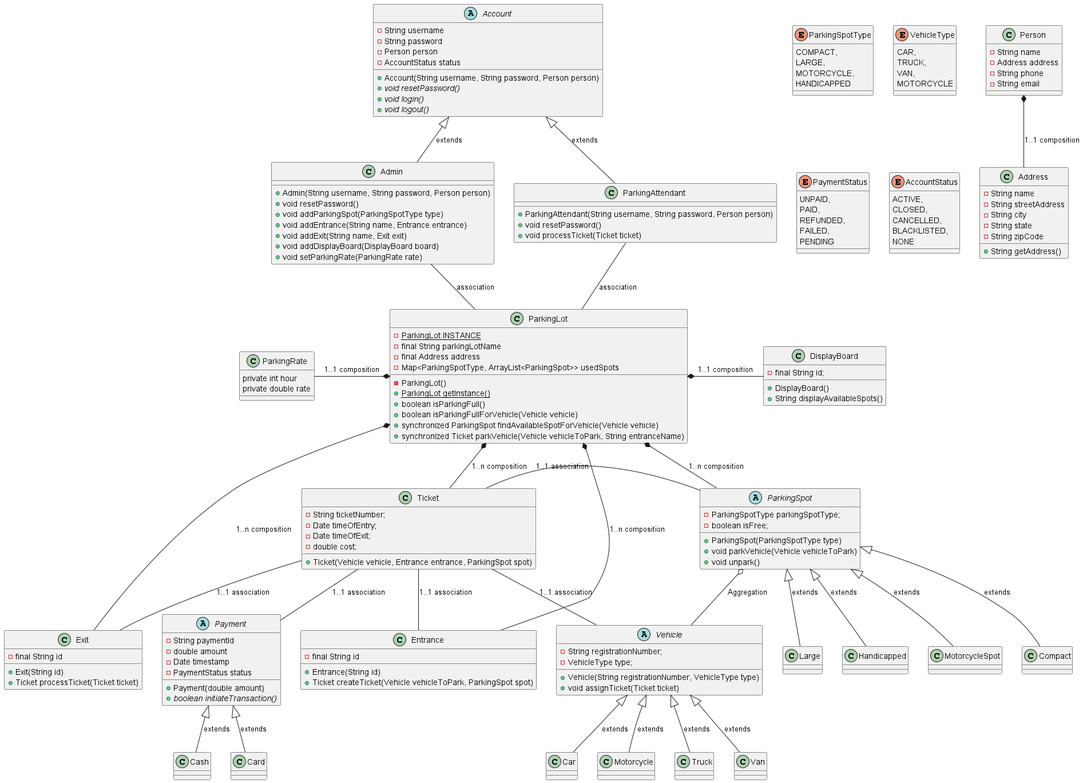
The PlantUML diagram src/main/resources/class-diagram.png in martand-kashyap/lld-parking-lot, before a commit. Its diagram source:
```plantuml
@startuml

top to bottom direction
enum ParkingSpotType {
    COMPACT,
    LARGE,
    MOTORCYCLE,
    HANDICAPPED
}

enum VehicleType {
    CAR,
    TRUCK,
    VAN,
    MOTORCYCLE
}

enum PaymentStatus {
    UNPAID,
    PAID,
    REFUNDED,
    FAILED,
    PENDING
}

enum AccountStatus {
    ACTIVE,
    CLOSED,
    CANCELLED,
    BLACKLISTED,
    NONE
}

class Address {
   - String name
   - String streetAddress
   - String city
   - String state
   - String zipCode

   + String getAddress()
}
class Person {
   - String name
   - Address address
   - String phone
   - String email
}
Person *-- Address : 1..1 composition

class ParkingLot {
   - {static} ParkingLot INSTANCE
   - final String parkingLotName
   - final Address address
   - Map<ParkingSpotType, ArrayList<ParkingSpot>> usedSpots

   - ParkingLot()
   + {static} ParkingLot getInstance()
   + boolean isParkingFull()
   + boolean isParkingFullForVehicle(Vehicle vehicle)
   + synchronized ParkingSpot findAvailableSpotForVehicle(Vehicle vehicle)
   + synchronized Ticket parkVehicle(Vehicle vehicleToPark, String entranceName)
}
class ParkingRate {
    private int hour
    private double rate
}
ParkingLot *-left- ParkingRate : 1..1 composition

class Entrance {
    - final String id

    + Entrance(String id)
    + Ticket createTicket(Vehicle vehicleToPark, ParkingSpot spot)
}
class Exit {
    - final String id

    + Exit(String id)
    + Ticket processTicket(Ticket ticket)
}
ParkingLot *--- Entrance : 1..n composition
ParkingLot *--- Exit : 1..n composition

abstract class ParkingSpot {
    - ParkingSpotType parkingSpotType;
    - boolean isFree;

    + ParkingSpot(ParkingSpotType type)
    + void parkVehicle(Vehicle vehicleToPark)
    + void unpark()
}
together{
    ParkingSpot <|-- Compact : extends
    ParkingSpot <|-- Large : extends
    ParkingSpot <|-- Handicapped : extends
    ParkingSpot <|-- MotorcycleSpot : extends
}
ParkingLot *-- ParkingSpot : 1..n composition

abstract class Vehicle {
    - String registrationNumber;
    - VehicleType type;

    + Vehicle(String registrationNumber, VehicleType type)
    + void assignTicket(Ticket ticket)
}
together {
    Vehicle <|-- Car : extends
    Vehicle <|-- Motorcycle : extends
    Vehicle <|-- Truck : extends
    Vehicle <|-- Van : extends
}
ParkingSpot o-- Vehicle : Aggregation

class DisplayBoard {
    - final String id;

    + DisplayBoard()
    + String displayAvailableSpots()
}
ParkingLot *-right- DisplayBoard: 1..1 composition

class Ticket {
    - String ticketNumber;
    - Date timeOfEntry;
    - Date timeOfExit;
    - double cost;

    + Ticket(Vehicle vehicle, Entrance entrance, ParkingSpot spot)
}
Ticket -- Vehicle : 1..1 association
Ticket -right- ParkingSpot : 1..1 association
Ticket -- Entrance : 1..1 association
Ticket -- Payment : 1..1 association
Ticket -- Exit : 1..1 association
ParkingLot *-- Ticket : 1..n composition

abstract class Payment {
    - String paymentId
    - double amount
    - Date timestamp
    - PaymentStatus status

    + Payment(double amount)
    + {abstract} boolean initiateTransaction()
}
together{
    Payment <|-- Cash : extends
    Payment <|-- Card : extends
}
abstract class Account {
    - String username
    - String password
    - Person person
    - AccountStatus status

    + Account(String username, String password, Person person)
    + {abstract} void resetPassword()
    + {abstract} void login()
    + {abstract} void logout()
}
class Admin {
    + Admin(String username, String password, Person person)
    + void resetPassword()
    + void addParkingSpot(ParkingSpotType type)
    + void addEntrance(String name, Entrance entrance)
    + void addExit(String name, Exit exit)
    + void addDisplayBoard(DisplayBoard board)
    + void setParkingRate(ParkingRate rate)
}

class ParkingAttendant {
    + ParkingAttendant(String username, String password, Person person)
    + void resetPassword()
    + void processTicket(Ticket ticket)
}
Account <|-- Admin : extends
Account <|-- ParkingAttendant : extends

Admin -- ParkingLot : association
ParkingAttendant -- ParkingLot : association
@enduml
```
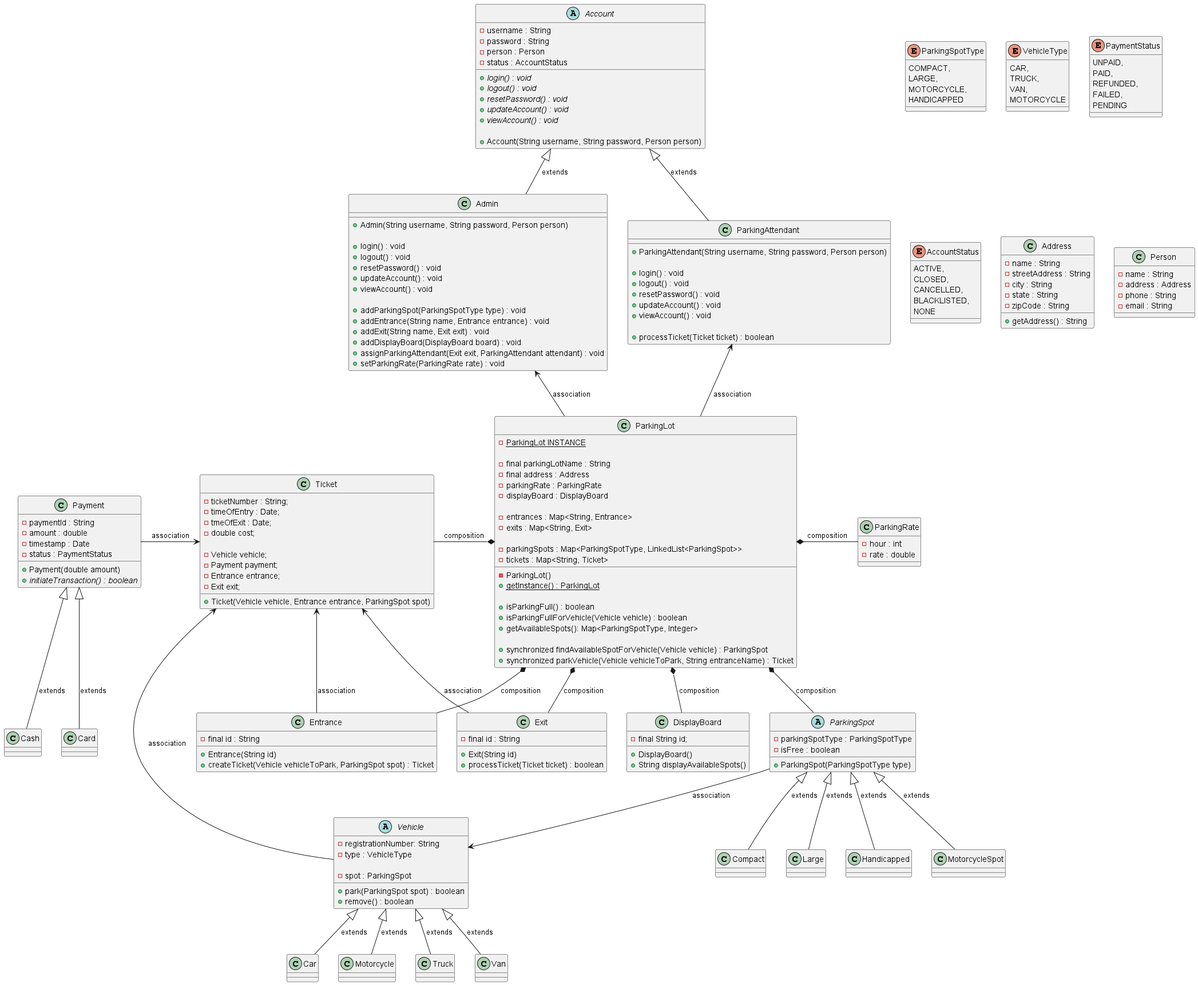
After the commit.

Commit message:
UML: class diagram

The edit, as a diff of the source:
```diff
@@ -1,20 +1,18 @@
-@startuml
+@startuml class-diagram parking-lot
+top to bottom direction
 
-top to bottom direction
 enum ParkingSpotType {
     COMPACT,
     LARGE,
     MOTORCYCLE,
     HANDICAPPED
 }
-
 enum VehicleType {
     CAR,
     TRUCK,
     VAN,
     MOTORCYCLE
 }
-
 enum PaymentStatus {
     UNPAID,
     PAID,
@@ -22,7 +20,6 @@
     FAILED,
     PENDING
 }
-
 enum AccountStatus {
     ACTIVE,
     CLOSED,
@@ -32,152 +29,199 @@
 }
 
 class Address {
-   - String name
-   - String streetAddress
-   - String city
-   - String state
-   - String zipCode
+   - name : String
+   - streetAddress : String
+   - city : String
+   - state : String
+   - zipCode : String
 
-   + String getAddress()
+   + getAddress() : String
 }
 class Person {
-   - String name
-   - Address address
-   - String phone
-   - String email
+   - name : String
+   - address : Address
+   - phone : String
+   - email : String
 }
-Person *-- Address : 1..1 composition
+
+abstract class Vehicle {
+    - registrationNumber: String
+    - type : VehicleType
+
+    - spot : ParkingSpot
+
+    + park(ParkingSpot spot) : boolean
+    + remove() : boolean
+}
+class Car
+class Motorcycle
+class Truck
+class Van
+
+abstract class ParkingSpot {
+    - parkingSpotType : ParkingSpotType
+    - isFree : boolean
+
+    + ParkingSpot(ParkingSpotType type)
+}
+class Compact
+class Large
+class Handicapped
+class MotorcycleSpot
+
+abstract class Account {
+    - username : String
+    - password : String
+    - person : Person
+    - status : AccountStatus
+
+    + {abstract} login() : void
+    + {abstract} logout() : void
+    + {abstract} resetPassword() : void
+    + {abstract} updateAccount() : void
+    + {abstract} viewAccount() : void
+
+    + Account(String username, String password, Person person)
+}
+class Admin {
+    + Admin(String username, String password, Person person)
+
+    + login() : void
+    + logout() : void
+    + resetPassword() : void
+    + updateAccount() : void
+    + viewAccount() : void
+
+    + addParkingSpot(ParkingSpotType type) : void
+    + addEntrance(String name, Entrance entrance) : void
+    + addExit(String name, Exit exit) : void
+    + addDisplayBoard(DisplayBoard board) : void
+    + assignParkingAttendant(Exit exit, ParkingAttendant attendant) : void
+    + setParkingRate(ParkingRate rate) : void
+}
+
+class ParkingAttendant {
+    + ParkingAttendant(String username, String password, Person person)
+
+    + login() : void
+    + logout() : void
+    + resetPassword() : void
+    + updateAccount() : void
+    + viewAccount() : void
+
+    + processTicket(Ticket ticket) : boolean
+}
+
+class Entrance {
+    - final id : String
+
+    + Entrance(String id)
+    + createTicket(Vehicle vehicleToPark, ParkingSpot spot) : Ticket
+}
+class Exit {
+   - final id : String
+
+   + Exit(String id)
+   + processTicket(Ticket ticket) : boolean
+}
+class DisplayBoard {
+    - final String id;
+
+    + DisplayBoard()
+    + String displayAvailableSpots()
+}
+class ParkingRate  {
+    - hour : int
+    - rate : double
+}
+
+class Payment {
+    - paymentId : String
+    - amount : double
+    - timestamp : Date
+    - status : PaymentStatus
+
+    + Payment(double amount)
+    + {abstract} initiateTransaction() : boolean
+}
+class Cash
+class Card
+
+class Ticket {
+    - ticketNumber : String;
+    - timeOfEntry : Date;
+    - tmeOfExit : Date;
+    - double cost;
+
+    - Vehicle vehicle;
+    - Payment payment;
+    - Entrance entrance;
+    - Exit exit;
+
+    + Ticket(Vehicle vehicle, Entrance entrance, ParkingSpot spot)
+}
 
 class ParkingLot {
-   - {static} ParkingLot INSTANCE
-   - final String parkingLotName
-   - final Address address
-   - Map<ParkingSpotType, ArrayList<ParkingSpot>> usedSpots
+  - {static} ParkingLot INSTANCE
 
-   - ParkingLot()
-   + {static} ParkingLot getInstance()
-   + boolean isParkingFull()
-   + boolean isParkingFullForVehicle(Vehicle vehicle)
-   + synchronized ParkingSpot findAvailableSpotForVehicle(Vehicle vehicle)
-   + synchronized Ticket parkVehicle(Vehicle vehicleToPark, String entranceName)
+  - final parkingLotName : String
+  - final address : Address
+  - parkingRate : ParkingRate
+  - displayBoard : DisplayBoard
+
+  - entrances : Map<String, Entrance>
+  - exits : Map<String, Exit>
+
+  - parkingSpots : Map<ParkingSpotType, LinkedList<ParkingSpot>>
+  - tickets : Map<String, Ticket>
+
+  - ParkingLot()
+  + {static} getInstance() : ParkingLot
+
+  + isParkingFull() : boolean
+  + isParkingFullForVehicle(Vehicle vehicle) : boolean
+  + getAvailableSpots(): Map<ParkingSpotType, Integer>
+
+  + synchronized findAvailableSpotForVehicle(Vehicle vehicle) : ParkingSpot
+  + synchronized parkVehicle(Vehicle vehicleToPark, String entranceName) : Ticket
 }
-class ParkingRate {
-    private int hour
-    private double rate
-}
-ParkingLot *-left- ParkingRate : 1..1 composition
 
-class Entrance {
-    - final String id
 
-    + Entrance(String id)
-    + Ticket createTicket(Vehicle vehicleToPark, ParkingSpot spot)
-}
-class Exit {
-    - final String id
-
-    + Exit(String id)
-    + Ticket processTicket(Ticket ticket)
-}
-ParkingLot *--- Entrance : 1..n composition
-ParkingLot *--- Exit : 1..n composition
-
-abstract class ParkingSpot {
-    - ParkingSpotType parkingSpotType;
-    - boolean isFree;
-
-    + ParkingSpot(ParkingSpotType type)
-    + void parkVehicle(Vehicle vehicleToPark)
-    + void unpark()
-}
-together{
-    ParkingSpot <|-- Compact : extends
-    ParkingSpot <|-- Large : extends
-    ParkingSpot <|-- Handicapped : extends
-    ParkingSpot <|-- MotorcycleSpot : extends
-}
-ParkingLot *-- ParkingSpot : 1..n composition
-
-abstract class Vehicle {
-    - String registrationNumber;
-    - VehicleType type;
-
-    + Vehicle(String registrationNumber, VehicleType type)
-    + void assignTicket(Ticket ticket)
-}
 together {
     Vehicle <|-- Car : extends
     Vehicle <|-- Motorcycle : extends
     Vehicle <|-- Truck : extends
     Vehicle <|-- Van : extends
 }
-ParkingSpot o-- Vehicle : Aggregation
-
-class DisplayBoard {
-    - final String id;
-
-    + DisplayBoard()
-    + String displayAvailableSpots()
+together {
+    ParkingSpot <|-- Compact : extends
+    ParkingSpot <|-- Large : extends
+    ParkingSpot <|-- Handicapped : extends
+    ParkingSpot <|-- MotorcycleSpot : extends
 }
-ParkingLot *-right- DisplayBoard: 1..1 composition
-
-class Ticket {
-    - String ticketNumber;
-    - Date timeOfEntry;
-    - Date timeOfExit;
-    - double cost;
-
-    + Ticket(Vehicle vehicle, Entrance entrance, ParkingSpot spot)
+together {
+    Account <|-- Admin : extends
+    Account <|-- ParkingAttendant : extends
 }
-Ticket -- Vehicle : 1..1 association
-Ticket -right- ParkingSpot : 1..1 association
-Ticket -- Entrance : 1..1 association
-Ticket -- Payment : 1..1 association
-Ticket -- Exit : 1..1 association
-ParkingLot *-- Ticket : 1..n composition
-
-abstract class Payment {
-    - String paymentId
-    - double amount
-    - Date timestamp
-    - PaymentStatus status
-
-    + Payment(double amount)
-    + {abstract} boolean initiateTransaction()
-}
-together{
+together {
     Payment <|-- Cash : extends
     Payment <|-- Card : extends
 }
-abstract class Account {
-    - String username
-    - String password
-    - Person person
-    - AccountStatus status
 
-    + Account(String username, String password, Person person)
-    + {abstract} void resetPassword()
-    + {abstract} void login()
-    + {abstract} void logout()
-}
-class Admin {
-    + Admin(String username, String password, Person person)
-    + void resetPassword()
-    + void addParkingSpot(ParkingSpotType type)
-    + void addEntrance(String name, Entrance entrance)
-    + void addExit(String name, Exit exit)
-    + void addDisplayBoard(DisplayBoard board)
-    + void setParkingRate(ParkingRate rate)
+ParkingSpot --> Vehicle : association
+Payment -right-> Ticket : association
+Exit --> Ticket : association
+Entrance --> Ticket : association
+Vehicle --> Ticket : association
+together {
+    Admin <-- ParkingLot : association
+    ParkingAttendant <-- ParkingLot : association
 }
 
-class ParkingAttendant {
-    + ParkingAttendant(String username, String password, Person person)
-    + void resetPassword()
-    + void processTicket(Ticket ticket)
-}
-Account <|-- Admin : extends
-Account <|-- ParkingAttendant : extends
-
-Admin -- ParkingLot : association
-ParkingAttendant -- ParkingLot : association
+ParkingLot *-- ParkingSpot : composition
+ParkingLot *-- Entrance : composition
+ParkingLot *-- Exit : composition
+ParkingLot *-left- Ticket : composition
+ParkingLot *-right- ParkingRate : composition
+ParkingLot *-- DisplayBoard : composition
 @enduml
```
